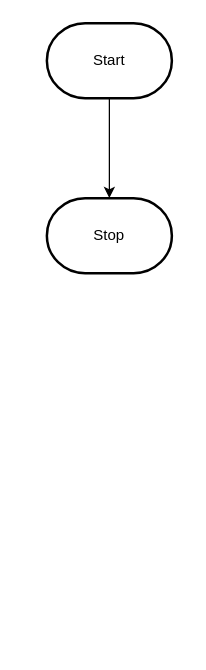
Earlier version of the draw.io diagram design/flowchart.drawio (MTHS-ICS2O-2-2022/ICS2O-Unit-3-04-Bonnie-Zhu). Source tidied: cells renumbered, new cells numbered last; positions are measured from the earlier drawing's top-left corner, leaving out a move shared by most shapes. Both pictures are drawn from the tidied source at 125%, with x=0, y=0 at pixel (46, 22).
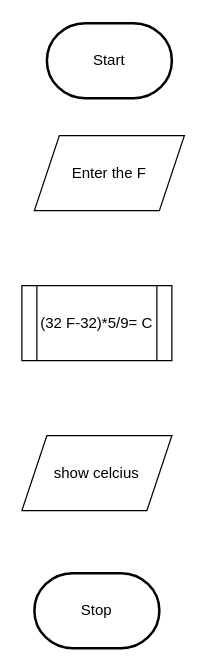
Above is the later version.

The edit, as a diff of the source:
```diff
@@
 <mxGraphModel>
   <root>
     <mxCell id="0" />
     <mxCell id="1" parent="0" />
-    <mxCell id="2" style="edgeStyle=orthogonalEdgeStyle;html=1;rounded=0;" parent="1" edge="1" source="3" target="4">
-      <mxGeometry relative="1" as="geometry" />
-    </mxCell>
     <mxCell id="3" value="Start" style="strokeWidth=2;html=1;shape=mxgraph.flowchart.terminator;whiteSpace=wrap;" parent="1" vertex="1">
       <mxGeometry width="100" height="60" as="geometry" />
     </mxCell>
     <mxCell id="4" value="Stop" style="strokeWidth=2;html=1;shape=mxgraph.flowchart.terminator;whiteSpace=wrap;" parent="1" vertex="1">
-      <mxGeometry y="140" width="100" height="60" as="geometry" />
+      <mxGeometry x="-10" y="440" width="100" height="60" as="geometry" />
     </mxCell>
+    <mxCell id="5" value="Enter the F" style="shape=parallelogram;perimeter=parallelogramPerimeter;whiteSpace=wrap;html=1;fixedSize=1;" parent="1" vertex="1">
+      <mxGeometry x="-10" y="90" width="120" height="60" as="geometry" />
+    </mxCell>
+    <mxCell id="6" value="(32 F-32)*5/9= C" style="shape=process;whiteSpace=wrap;html=1;backgroundOutline=1;" parent="1" vertex="1">
+      <mxGeometry x="-20" y="210" width="120" height="60" as="geometry" />
+    </mxCell>
+    <mxCell id="7" value="show celcius" style="shape=parallelogram;perimeter=parallelogramPerimeter;whiteSpace=wrap;html=1;fixedSize=1;" parent="1" vertex="1">
+      <mxGeometry x="-20" y="330" width="120" height="60" as="geometry" />
+    </mxCell>
   </root>
 </mxGraphModel>
```
